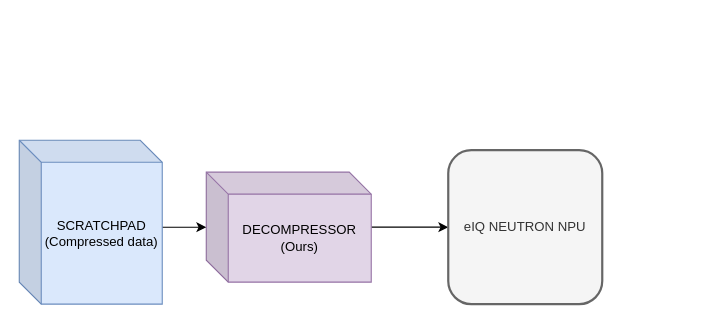
Nithyarajoman/Drawio-figures keeps this draw.io diagram as Journal2.drawio. Above is the earlier version. Source tidied: cells renumbered, new cells numbered last; positions are measured from the earlier drawing's top-left corner, leaving out a move shared by most shapes. Both pictures are drawn from the tidied source at 110%, with x=0, y=0 at pixel (19, 140).
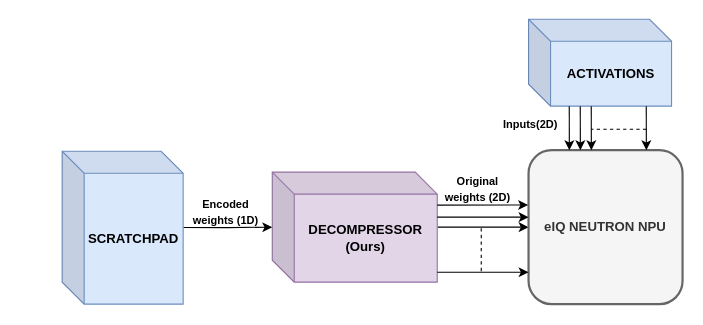
The same page after the edit.

What changed in the source:
```diff
@@
-    <mxCell id="3" value="DECOMPRESSOR&lt;div&gt;(Ours)&lt;/div&gt;" style="shape=cube;whiteSpace=wrap;html=1;boundedLbl=1;backgroundOutline=1;darkOpacity=0.05;darkOpacity2=0.1;fillColor=#e1d5e7;strokeColor=#9673a6;" parent="1" vertex="1">
-      <mxGeometry x="170" y="29" width="150" height="100" as="geometry" />
+    <mxCell id="3" value="&lt;b&gt;DECOMPRESSOR&lt;/b&gt;&lt;div&gt;&lt;b&gt;(Ours)&lt;/b&gt;&lt;/div&gt;" style="shape=cube;whiteSpace=wrap;html=1;boundedLbl=1;backgroundOutline=1;darkOpacity=0.05;darkOpacity2=0.1;fillColor=#e1d5e7;strokeColor=#9673a6;" parent="1" vertex="1">
+      <mxGeometry x="230" y="29" width="150" height="100" as="geometry" />
     </mxCell>
-    <mxCell id="4" style="edgeStyle=orthogonalEdgeStyle;rounded=0;jettySize=auto;html=1;exitX=0.998;exitY=0.531;exitDx=0;exitDy=0;exitPerimeter=0;" parent="1" edge="1" source="5" target="3">
+    <mxCell id="4" style="edgeStyle=orthogonalEdgeStyle;rounded=0;jettySize=auto;html=1;exitX=1.002;exitY=0.499;exitDx=0;exitDy=0;exitPerimeter=0;" parent="1" edge="1" source="5" target="3">
       <mxGeometry relative="1" as="geometry" />
     </mxCell>
-    <mxCell id="5" value="SCRATCHPAD&lt;div&gt;(Compressed data)&lt;/div&gt;" style="shape=cube;whiteSpace=wrap;html=1;boundedLbl=1;backgroundOutline=1;darkOpacity=0.05;darkOpacity2=0.1;fillColor=#dae8fc;strokeColor=#6c8ebf;" parent="1" vertex="1">
-      <mxGeometry width="130" height="149" as="geometry" />
+    <mxCell id="5" value="&lt;b&gt;SCRATCHPAD&lt;/b&gt;" style="shape=cube;whiteSpace=wrap;html=1;boundedLbl=1;backgroundOutline=1;darkOpacity=0.05;darkOpacity2=0.1;fillColor=#dae8fc;strokeColor=#6c8ebf;" parent="1" vertex="1">
+      <mxGeometry x="39" y="10" width="110" height="139" as="geometry" />
     </mxCell>
-    <mxCell id="6" value="eIQ NEUTRON NPU" style="rounded=1;whiteSpace=wrap;html=1;fillColor=#f5f5f5;strokeColor=#666666;strokeWidth=2;fontColor=#333333;" parent="1" vertex="1">
-      <mxGeometry x="390" y="9" width="140" height="140" as="geometry" />
+    <mxCell id="6" value="&lt;b&gt;eIQ NEUTRON NPU&lt;/b&gt;" style="rounded=1;whiteSpace=wrap;html=1;fillColor=#f5f5f5;strokeColor=#666666;strokeWidth=2;fontColor=#333333;" parent="1" vertex="1">
+      <mxGeometry x="463" y="9" width="140" height="140" as="geometry" />
     </mxCell>
+    <mxCell id="7" value="&lt;b&gt;ACTIVATIONS&lt;/b&gt;" style="shape=cube;whiteSpace=wrap;html=1;boundedLbl=1;backgroundOutline=1;darkOpacity=0.05;darkOpacity2=0.1;fillColor=#dae8fc;strokeColor=#6c8ebf;" parent="1" vertex="1">
+      <mxGeometry x="463" y="-110" width="130" height="79" as="geometry" />
+    </mxCell>
+    <mxCell id="8" value="&lt;b&gt;&lt;font style=&quot;font-size: 10px;&quot;&gt;Encoded weights (1D)&lt;/font&gt;&lt;/b&gt;" style="text;html=1;whiteSpace=wrap;strokeColor=none;fillColor=none;align=center;verticalAlign=middle;rounded=0;" parent="1" vertex="1">
+      <mxGeometry x="153" y="50" width="70" height="30" as="geometry" />
+    </mxCell>
+    <mxCell id="9" value="&lt;b&gt;&lt;font style=&quot;font-size: 10px;&quot;&gt;Original weights (2D)&lt;/font&gt;&lt;/b&gt;" style="text;html=1;whiteSpace=wrap;strokeColor=none;fillColor=none;align=center;verticalAlign=middle;rounded=0;" parent="1" vertex="1">
+      <mxGeometry x="382" y="29" width="70" height="30" as="geometry" />
+    </mxCell>
+    <mxCell id="10" style="endArrow=classic;html=1;rounded=0;entryX=-0.003;entryY=0.356;entryDx=0;entryDy=0;entryPerimeter=0;" parent="1" edge="1" target="6">
+      <mxGeometry relative="1" as="geometry">
+        <mxPoint x="380" y="59" as="sourcePoint" />
+      </mxGeometry>
+    </mxCell>
+    <mxCell id="11" style="endArrow=classic;html=1;rounded=0;entryX=-0.003;entryY=0.356;entryDx=0;entryDy=0;entryPerimeter=0;" parent="1" edge="1">
+      <mxGeometry relative="1" as="geometry">
+        <mxPoint x="380" y="69.9" as="sourcePoint" />
+        <mxPoint x="463" y="69.9" as="targetPoint" />
+      </mxGeometry>
+    </mxCell>
+    <mxCell id="12" style="endArrow=classic;html=1;rounded=0;entryX=-0.003;entryY=0.356;entryDx=0;entryDy=0;entryPerimeter=0;" parent="1" edge="1">
+      <mxGeometry relative="1" as="geometry">
+        <mxPoint x="380" y="120" as="sourcePoint" />
+        <mxPoint x="463" y="120" as="targetPoint" />
+      </mxGeometry>
+    </mxCell>
+    <mxCell id="13" style="endArrow=none;dashed=1;html=1;rounded=0;" parent="1" edge="1">
+      <mxGeometry relative="1" as="geometry">
+        <mxPoint x="420" y="119" as="sourcePoint" />
+        <mxPoint x="420" y="78" as="targetPoint" />
+      </mxGeometry>
+    </mxCell>
+    <mxCell id="14" style="endArrow=classic;html=1;rounded=0;entryX=0.479;entryY=0.007;entryDx=0;entryDy=0;entryPerimeter=0;" parent="1" edge="1">
+      <mxGeometry relative="1" as="geometry">
+        <mxPoint x="520" y="-31" as="sourcePoint" />
+        <mxPoint x="520.1" y="9" as="targetPoint" />
+      </mxGeometry>
+    </mxCell>
+    <mxCell id="15" style="endArrow=classic;html=1;rounded=0;entryX=0.479;entryY=0.007;entryDx=0;entryDy=0;entryPerimeter=0;" parent="1" edge="1">
+      <mxGeometry relative="1" as="geometry">
+        <mxPoint x="510" y="-31" as="sourcePoint" />
+        <mxPoint x="510.1" y="9" as="targetPoint" />
+      </mxGeometry>
+    </mxCell>
+    <mxCell id="16" style="endArrow=classic;html=1;rounded=0;entryX=0.479;entryY=0.007;entryDx=0;entryDy=0;entryPerimeter=0;" parent="1" edge="1">
+      <mxGeometry relative="1" as="geometry">
+        <mxPoint x="500" y="-31" as="sourcePoint" />
+        <mxPoint x="500.1" y="9" as="targetPoint" />
+      </mxGeometry>
+    </mxCell>
+    <mxCell id="17" style="endArrow=classic;html=1;rounded=0;entryX=0.479;entryY=0.007;entryDx=0;entryDy=0;entryPerimeter=0;" parent="1" edge="1">
+      <mxGeometry relative="1" as="geometry">
+        <mxPoint x="570" y="-31" as="sourcePoint" />
+        <mxPoint x="570.1" y="9" as="targetPoint" />
+      </mxGeometry>
+    </mxCell>
+    <mxCell id="18" style="endArrow=none;dashed=1;html=1;rounded=0;" parent="1" edge="1">
+      <mxGeometry relative="1" as="geometry">
+        <mxPoint x="570" y="-10" as="sourcePoint" />
+        <mxPoint x="520" y="-10" as="targetPoint" />
+      </mxGeometry>
+    </mxCell>
+    <mxCell id="19" value="&lt;b&gt;&lt;font style=&quot;font-size: 10px;&quot;&gt;Inputs(2D)&lt;/font&gt;&lt;/b&gt;" style="text;html=1;whiteSpace=wrap;strokeColor=none;fillColor=none;align=center;verticalAlign=middle;rounded=0;" parent="1" vertex="1">
+      <mxGeometry x="430" y="-30" width="70" height="30" as="geometry" />
+    </mxCell>
```
